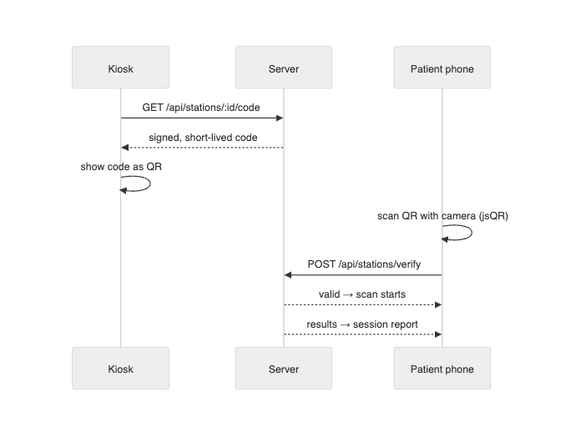
hima1323/health-screening keeps this Mermaid diagram as docs/diagrams/scan-sequence.png. Above is the earlier version. Its source is kept beside it as docs/diagrams/scan-sequence.mmd. Its diagram source:
```mermaid
sequenceDiagram
    participant K as Kiosk
    participant S as Server
    participant P as Patient phone
    K->>S: GET /api/stations/:id/code
    S-->>K: signed, short-lived code
    K->>K: show code as QR
    P->>P: scan QR with camera (jsQR)
    P->>S: POST /api/stations/verify
    S-->>P: valid → scan starts
    S-->>P: results → session report
```
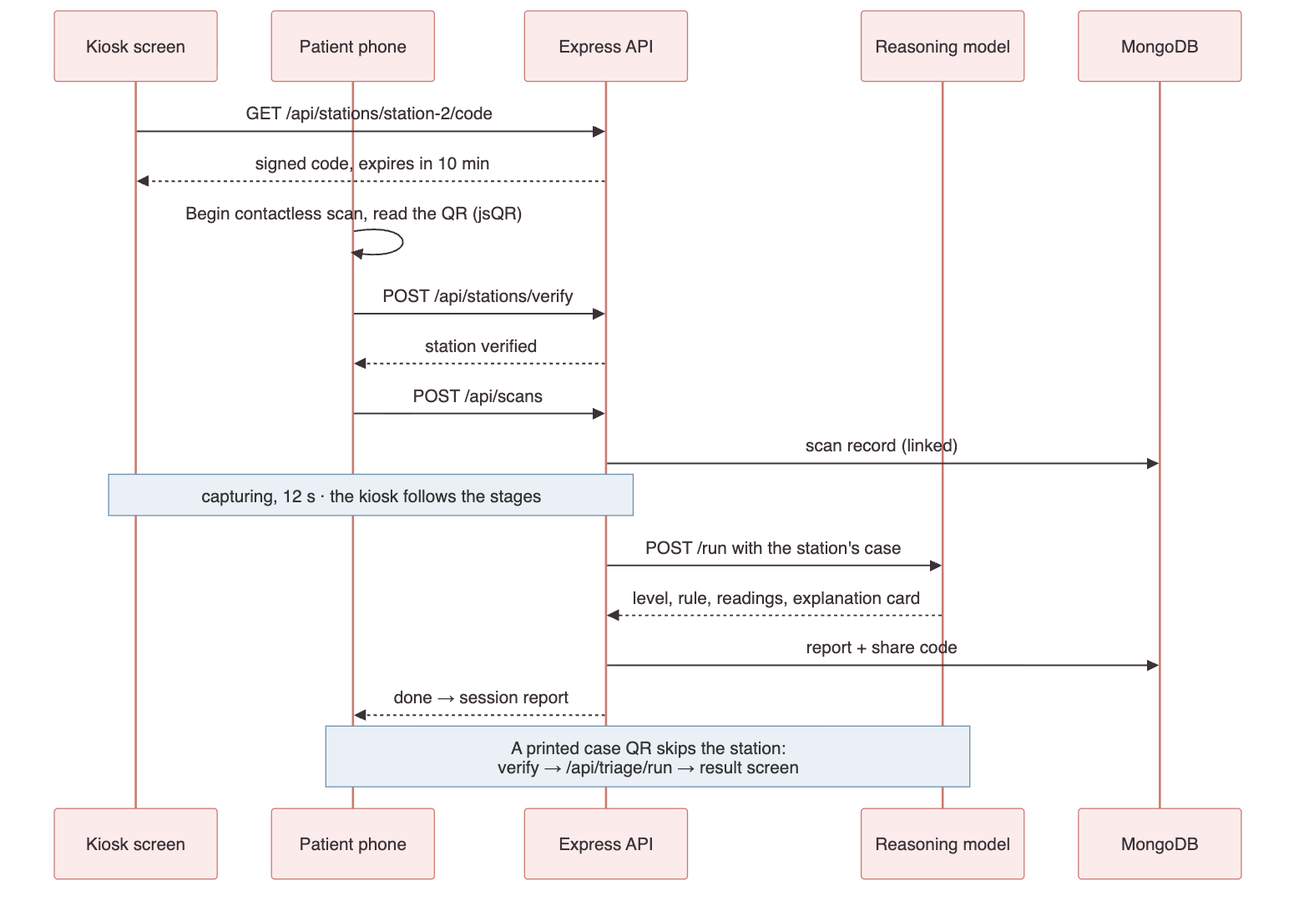
Above is the later version.

Change to the diagram source:
```diff
@@ -1,11 +1,19 @@
 sequenceDiagram
-    participant K as Kiosk
-    participant S as Server
+    participant K as Kiosk screen
     participant P as Patient phone
-    K->>S: GET /api/stations/:id/code
-    S-->>K: signed, short-lived code
-    K->>K: show code as QR
-    P->>P: scan QR with camera (jsQR)
+    participant S as Express API
+    participant R as Reasoning model
+    participant D as MongoDB
+    K->>S: GET /api/stations/station-2/code
+    S-->>K: signed code, expires in 10 min
+    P->>P: Begin contactless scan, read the QR (jsQR)
     P->>S: POST /api/stations/verify
-    S-->>P: valid → scan starts
-    S-->>P: results → session report
+    S-->>P: station verified
+    P->>S: POST /api/scans
+    S->>D: scan record (linked)
+    Note over S,K: capturing, 12 s · the kiosk follows the stages
+    S->>R: POST /run with the station's case
+    R-->>S: level, rule, readings, explanation card
+    S->>D: report + share code
+    S-->>P: done → session report
+    Note over P,R: A printed case QR skips the station:<br/>verify → /api/triage/run → result screen
```
